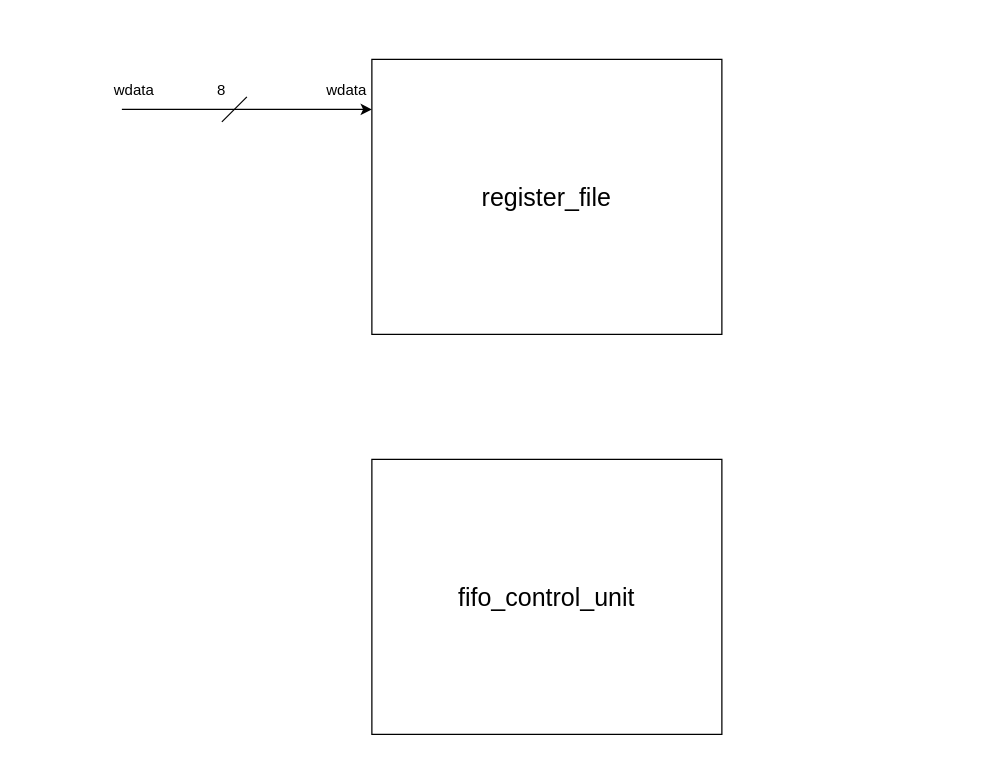
Before: fifo.drawio in Friday930/draw_io, a draw.io diagram. Source tidied: cells renumbered, new cells numbered last; positions are measured from the earlier drawing's top-left corner, leaving out a move shared by most shapes. Both pictures are drawn from the tidied source at 125%, with x=0, y=0 at pixel (96, 59).
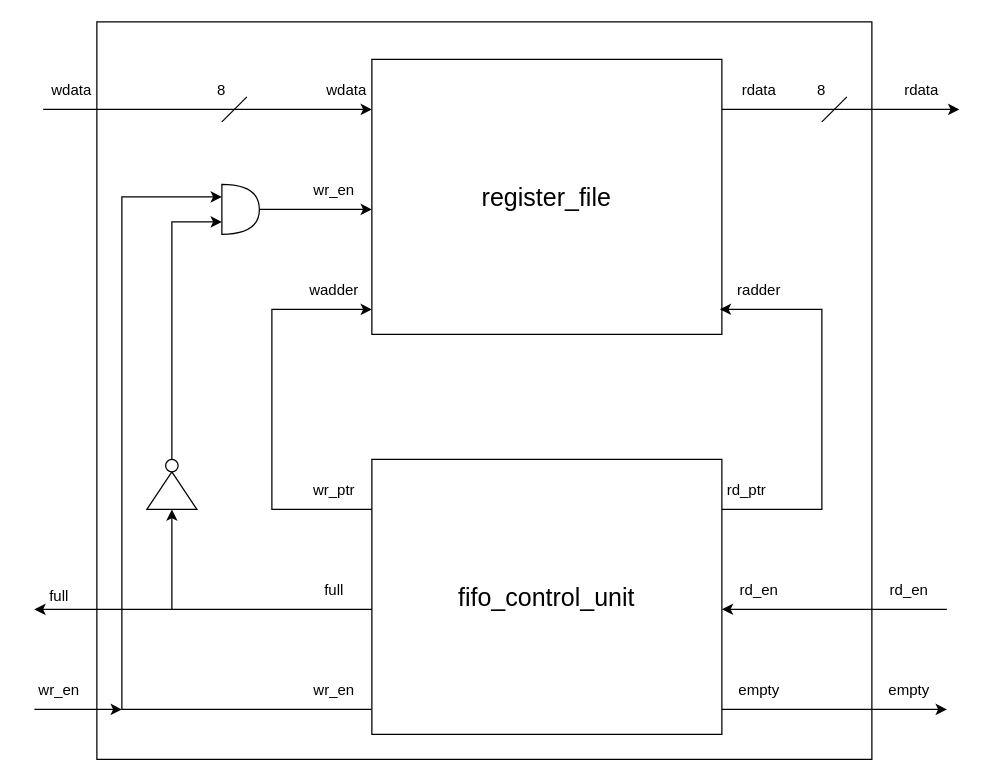
Above is the later version.

Unchanged cells that the change refers to:
```xml
<mxCell id="2" value="&lt;font style=&quot;font-size: 20px;&quot;&gt;register_file&lt;/font&gt;" style="rounded=0;whiteSpace=wrap;html=1;" parent="1" vertex="1">
  <mxGeometry x="220" width="280" height="220" as="geometry" />
</mxCell>
<mxCell id="3" value="&lt;font style=&quot;font-size: 20px;&quot;&gt;fifo_control_unit&lt;/font&gt;" style="rounded=0;whiteSpace=wrap;html=1;" parent="1" vertex="1">
  <mxGeometry x="220" y="320" width="280" height="220" as="geometry" />
</mxCell>
```

The edit, as a diff of the source:
```diff
@@
+    <mxCell id="9" style="rounded=0;whiteSpace=wrap;html=1;" parent="1" vertex="1">
+      <mxGeometry y="-30" width="620" height="590" as="geometry" />
+    </mxCell>
@@
-    <mxCell id="4" style="endArrow=classic;html=1;rounded=0;" parent="1" edge="1">
+    <mxCell id="4" style="endArrow=classic;html=1;rounded=0;exitX=0.117;exitY=1;exitDx=0;exitDy=0;exitPerimeter=0;" parent="1" edge="1" source="5">
       <mxGeometry relative="1" as="geometry">
-        <mxPoint x="20" y="40" as="sourcePoint" />
         <mxPoint x="220" y="40" as="targetPoint" />
       </mxGeometry>
     </mxCell>
     <mxCell id="5" value="wdata" style="text;html=1;align=center;verticalAlign=middle;whiteSpace=wrap;rounded=0;" parent="1" vertex="1">
-      <mxGeometry y="10" width="60" height="30" as="geometry" />
+      <mxGeometry x="-50" y="10" width="60" height="30" as="geometry" />
     </mxCell>
@@
+    <mxCell id="10" style="endArrow=classic;html=1;rounded=0;entryX=0;entryY=0.5;entryDx=0;entryDy=0;" parent="1" edge="1">
+      <mxGeometry relative="1" as="geometry">
+        <mxPoint x="130" y="120" as="sourcePoint" />
+        <mxPoint x="220" y="120" as="targetPoint" />
+      </mxGeometry>
+    </mxCell>
+    <mxCell id="11" value="wr_en" style="text;html=1;align=center;verticalAlign=middle;whiteSpace=wrap;rounded=0;" parent="1" vertex="1">
+      <mxGeometry x="160" y="90" width="60" height="30" as="geometry" />
+    </mxCell>
+    <mxCell id="12" style="endArrow=classic;html=1;rounded=0;exitX=0;exitY=0.182;exitDx=0;exitDy=0;exitPerimeter=0;" parent="1" edge="1" source="3">
+      <mxGeometry relative="1" as="geometry">
+        <mxPoint x="220" y="200" as="targetPoint" />
+        <Array as="points">
+          <mxPoint x="140" y="360" />
+          <mxPoint x="140" y="200" />
+        </Array>
+      </mxGeometry>
+    </mxCell>
+    <mxCell id="13" value="wadder" style="text;html=1;align=center;verticalAlign=middle;whiteSpace=wrap;rounded=0;" parent="1" vertex="1">
+      <mxGeometry x="160" y="170" width="60" height="30" as="geometry" />
+    </mxCell>
+    <mxCell id="14" value="wr_ptr" style="text;html=1;align=center;verticalAlign=middle;whiteSpace=wrap;rounded=0;" parent="1" vertex="1">
+      <mxGeometry x="160" y="330" width="60" height="30" as="geometry" />
+    </mxCell>
+    <mxCell id="15" value="full" style="text;html=1;align=center;verticalAlign=middle;whiteSpace=wrap;rounded=0;" parent="1" vertex="1">
+      <mxGeometry x="160" y="410" width="60" height="30" as="geometry" />
+    </mxCell>
+    <mxCell id="16" style="shape=or;whiteSpace=wrap;html=1;" parent="1" vertex="1">
+      <mxGeometry x="100" y="100" width="30" height="40" as="geometry" />
+    </mxCell>
+    <mxCell id="17" style="endArrow=classic;html=1;rounded=0;exitX=1;exitY=1;exitDx=0;exitDy=0;entryX=0;entryY=0.5;entryDx=0;entryDy=0;" parent="1" edge="1" source="15">
+      <mxGeometry relative="1" as="geometry">
+        <mxPoint x="60" y="360" as="targetPoint" />
+        <Array as="points">
+          <mxPoint x="60" y="440" />
+        </Array>
+      </mxGeometry>
+    </mxCell>
+    <mxCell id="18" style="endArrow=classic;html=1;rounded=0;exitX=-0.001;exitY=0.909;exitDx=0;exitDy=0;exitPerimeter=0;entryX=0;entryY=0.25;entryDx=0;entryDy=0;entryPerimeter=0;" parent="1" edge="1" source="3" target="16">
+      <mxGeometry relative="1" as="geometry">
+        <Array as="points">
+          <mxPoint x="20" y="520" />
+          <mxPoint x="20" y="110" />
+        </Array>
+      </mxGeometry>
+    </mxCell>
+    <mxCell id="19" value="wr_en" style="text;html=1;align=center;verticalAlign=middle;whiteSpace=wrap;rounded=0;" parent="1" vertex="1">
+      <mxGeometry x="160" y="490" width="60" height="30" as="geometry" />
+    </mxCell>
+    <mxCell id="20" style="triangle;whiteSpace=wrap;html=1;direction=north;" parent="1" vertex="1">
+      <mxGeometry x="40" y="330" width="40" height="30" as="geometry" />
+    </mxCell>
+    <mxCell id="21" style="ellipse;whiteSpace=wrap;html=1;" parent="1" vertex="1">
+      <mxGeometry x="55" y="320" width="10" height="10" as="geometry" />
+    </mxCell>
+    <mxCell id="22" style="endArrow=classic;html=1;rounded=0;entryX=0;entryY=0.75;entryDx=0;entryDy=0;entryPerimeter=0;" parent="1" edge="1" target="16">
+      <mxGeometry relative="1" as="geometry">
+        <mxPoint x="60" y="320" as="sourcePoint" />
+        <Array as="points">
+          <mxPoint x="60" y="130" />
+        </Array>
+      </mxGeometry>
+    </mxCell>
+    <mxCell id="23" style="endArrow=classic;html=1;rounded=0;" parent="1" edge="1">
+      <mxGeometry relative="1" as="geometry">
+        <mxPoint x="60" y="440" as="sourcePoint" />
+        <mxPoint x="-50" y="440" as="targetPoint" />
+      </mxGeometry>
+    </mxCell>
+    <mxCell id="24" value="full" style="text;html=1;align=center;verticalAlign=middle;whiteSpace=wrap;rounded=0;" parent="1" vertex="1">
+      <mxGeometry x="-60" y="415" width="60" height="30" as="geometry" />
+    </mxCell>
+    <mxCell id="25" style="endArrow=classic;html=1;rounded=0;" parent="1" edge="1">
+      <mxGeometry relative="1" as="geometry">
+        <mxPoint x="-50" y="520" as="sourcePoint" />
+        <mxPoint x="20" y="520" as="targetPoint" />
+      </mxGeometry>
+    </mxCell>
+    <mxCell id="26" value="wr_en" style="text;html=1;align=center;verticalAlign=middle;whiteSpace=wrap;rounded=0;" parent="1" vertex="1">
+      <mxGeometry x="-60" y="490" width="60" height="30" as="geometry" />
+    </mxCell>
+    <mxCell id="27" style="endArrow=classic;html=1;rounded=0;entryX=0.994;entryY=0.909;entryDx=0;entryDy=0;entryPerimeter=0;" parent="1" edge="1" target="2">
+      <mxGeometry relative="1" as="geometry">
+        <mxPoint x="500" y="360" as="sourcePoint" />
+        <Array as="points">
+          <mxPoint x="580" y="360" />
+          <mxPoint x="580" y="200" />
+        </Array>
+      </mxGeometry>
+    </mxCell>
+    <mxCell id="28" value="rd_ptr" style="text;html=1;align=center;verticalAlign=middle;whiteSpace=wrap;rounded=0;" parent="1" vertex="1">
+      <mxGeometry x="490" y="330" width="60" height="30" as="geometry" />
+    </mxCell>
+    <mxCell id="29" value="radder" style="text;html=1;align=center;verticalAlign=middle;whiteSpace=wrap;rounded=0;" parent="1" vertex="1">
+      <mxGeometry x="500" y="170" width="60" height="30" as="geometry" />
+    </mxCell>
+    <mxCell id="30" style="endArrow=classic;html=1;rounded=0;entryX=1;entryY=0.545;entryDx=0;entryDy=0;entryPerimeter=0;" parent="1" edge="1" target="3">
+      <mxGeometry relative="1" as="geometry">
+        <mxPoint x="680" y="440" as="sourcePoint" />
+      </mxGeometry>
+    </mxCell>
+    <mxCell id="31" value="rd_en" style="text;html=1;align=center;verticalAlign=middle;whiteSpace=wrap;rounded=0;" parent="1" vertex="1">
+      <mxGeometry x="500" y="410" width="60" height="30" as="geometry" />
+    </mxCell>
+    <mxCell id="32" value="rd_en" style="text;html=1;align=center;verticalAlign=middle;whiteSpace=wrap;rounded=0;" parent="1" vertex="1">
+      <mxGeometry x="620" y="410" width="60" height="30" as="geometry" />
+    </mxCell>
+    <mxCell id="33" style="endArrow=classic;html=1;rounded=0;" parent="1" edge="1">
+      <mxGeometry relative="1" as="geometry">
+        <mxPoint x="500" y="520" as="sourcePoint" />
+        <mxPoint x="680" y="520" as="targetPoint" />
+      </mxGeometry>
+    </mxCell>
+    <mxCell id="34" value="empty" style="text;html=1;align=center;verticalAlign=middle;whiteSpace=wrap;rounded=0;" parent="1" vertex="1">
+      <mxGeometry x="500" y="490" width="60" height="30" as="geometry" />
+    </mxCell>
+    <mxCell id="35" value="empty" style="text;html=1;align=center;verticalAlign=middle;whiteSpace=wrap;rounded=0;" parent="1" vertex="1">
+      <mxGeometry x="620" y="490" width="60" height="30" as="geometry" />
+    </mxCell>
+    <mxCell id="36" style="endArrow=classic;html=1;rounded=0;" parent="1" edge="1">
+      <mxGeometry relative="1" as="geometry">
+        <mxPoint x="500" y="40" as="sourcePoint" />
+        <mxPoint x="690" y="40" as="targetPoint" />
+      </mxGeometry>
+    </mxCell>
+    <mxCell id="37" value="rdata" style="text;html=1;align=center;verticalAlign=middle;whiteSpace=wrap;rounded=0;" parent="1" vertex="1">
+      <mxGeometry x="500" y="10" width="60" height="30" as="geometry" />
+    </mxCell>
+    <mxCell id="38" value="rdata" style="text;html=1;align=center;verticalAlign=middle;whiteSpace=wrap;rounded=0;" parent="1" vertex="1">
+      <mxGeometry x="630" y="10" width="60" height="30" as="geometry" />
+    </mxCell>
+    <mxCell id="39" style="endArrow=none;html=1;rounded=0;" parent="1" edge="1">
+      <mxGeometry relative="1" as="geometry">
+        <mxPoint x="580" y="50" as="sourcePoint" />
+        <mxPoint x="600" y="30" as="targetPoint" />
+      </mxGeometry>
+    </mxCell>
+    <mxCell id="40" value="8" style="text;html=1;align=center;verticalAlign=middle;whiteSpace=wrap;rounded=0;" parent="1" vertex="1">
+      <mxGeometry x="550" y="10" width="60" height="30" as="geometry" />
+    </mxCell>
```
